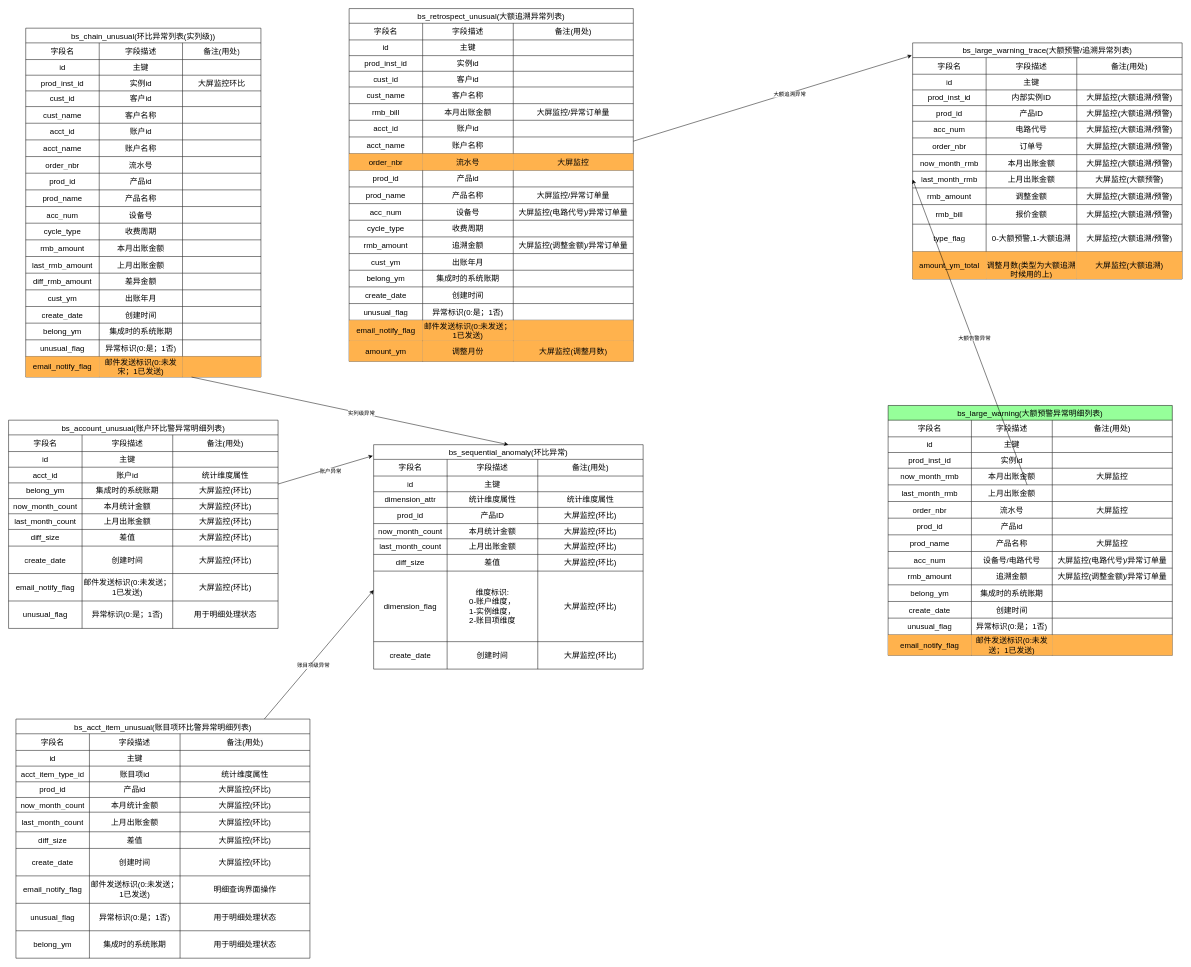
The draw.io diagram page "表结构" (1 of 3) of 环比异常设计.drawio in kunge2013/draw_view, before the edit. Source tidied: cells renumbered, new cells numbered last; positions are measured from the earlier drawing's top-left corner, leaving out a move shared by most shapes. Both pictures are drawn from the tidied source at 49%, with x=0, y=0 at pixel (8, 8).
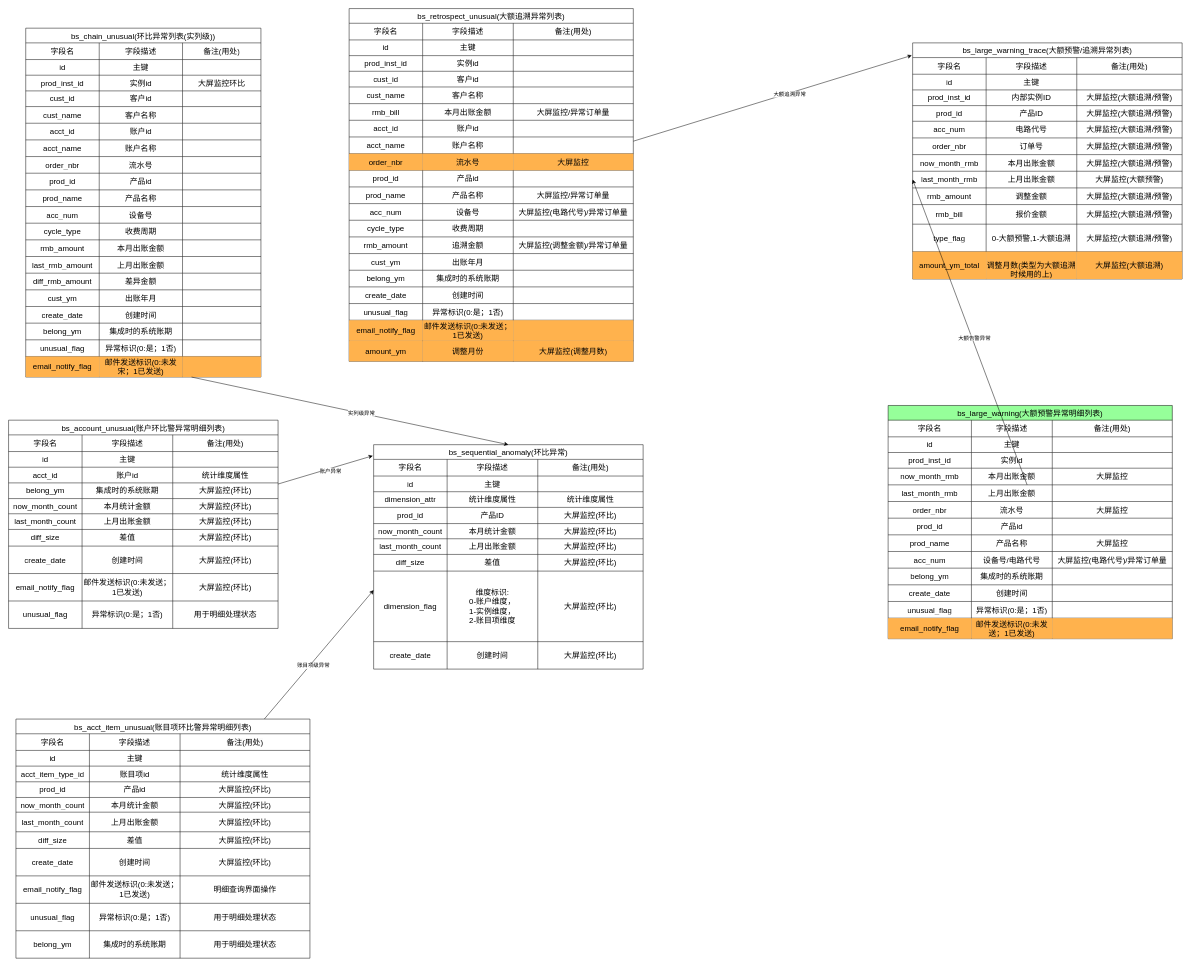
The same diagram, later.

Commit message:
更新环比异常设计.drawio

What changed in the source:
```diff
@@
     <mxCell id="215" value="bs_large_warning(大额预警异常明细列表)" style="shape=table;startSize=30;childLayout=tableLayout;strokeColor=default;fontSize=16;fillColor=#96FF9A;" parent="1" vertex="1">
-      <mxGeometry x="1795" y="810" width="580" height="510" as="geometry" />
+      <mxGeometry x="1795" y="810" width="580" height="476" as="geometry" />
     </mxCell>
@@
-    <mxCell id="252" style="shape=tableRow;horizontal=0;startSize=0;swimlaneHead=0;swimlaneBody=0;strokeColor=inherit;top=0;left=0;bottom=0;right=0;fillColor=none;fontSize=16;" parent="215" vertex="1">
-      <mxGeometry y="332" width="580" height="34" as="geometry" />
-    </mxCell>
-    <mxCell id="253" value="rmb_amount" style="shape=partialRectangle;html=1;whiteSpace=wrap;strokeColor=inherit;overflow=hidden;fillColor=none;top=0;left=0;bottom=0;right=0;fontSize=16;" parent="252" vertex="1">
-      <mxGeometry width="170" height="34" as="geometry" />
-    </mxCell>
-    <mxCell id="254" value="追溯金额" style="shape=partialRectangle;html=1;whiteSpace=wrap;strokeColor=inherit;overflow=hidden;fillColor=none;top=0;left=0;bottom=0;right=0;fontSize=16;" parent="252" vertex="1">
-      <mxGeometry x="170" width="165" height="34" as="geometry" />
-    </mxCell>
-    <mxCell id="255" value="大屏监控(调整金额)/异常订单量" style="shape=partialRectangle;html=1;whiteSpace=wrap;strokeColor=inherit;overflow=hidden;fillColor=none;top=0;left=0;bottom=0;right=0;fontSize=16;" parent="252" vertex="1">
-      <mxGeometry x="335" width="245" height="34" as="geometry" />
-    </mxCell>
     <mxCell id="256" style="shape=tableRow;horizontal=0;startSize=0;swimlaneHead=0;swimlaneBody=0;strokeColor=inherit;top=0;left=0;bottom=0;right=0;fillColor=none;fontSize=16;" parent="215" vertex="1">
-      <mxGeometry y="366" width="580" height="34" as="geometry" />
+      <mxGeometry y="332" width="580" height="34" as="geometry" />
     </mxCell>
@@
     <mxCell id="260" style="shape=tableRow;horizontal=0;startSize=0;swimlaneHead=0;swimlaneBody=0;strokeColor=inherit;top=0;left=0;bottom=0;right=0;fillColor=none;fontSize=16;" parent="215" vertex="1">
-      <mxGeometry y="400" width="580" height="34" as="geometry" />
+      <mxGeometry y="366" width="580" height="34" as="geometry" />
     </mxCell>
@@
     <mxCell id="264" style="shape=tableRow;horizontal=0;startSize=0;swimlaneHead=0;swimlaneBody=0;strokeColor=inherit;top=0;left=0;bottom=0;right=0;fillColor=none;fontSize=16;" parent="215" vertex="1">
-      <mxGeometry y="434" width="580" height="34" as="geometry" />
+      <mxGeometry y="400" width="580" height="34" as="geometry" />
     </mxCell>
@@
     <mxCell id="268" style="shape=tableRow;horizontal=0;startSize=0;swimlaneHead=0;swimlaneBody=0;strokeColor=inherit;top=0;left=0;bottom=0;right=0;fillColor=none;fontSize=16;" parent="215" vertex="1">
-      <mxGeometry y="468" width="580" height="42" as="geometry" />
+      <mxGeometry y="434" width="580" height="42" as="geometry" />
     </mxCell>
```
